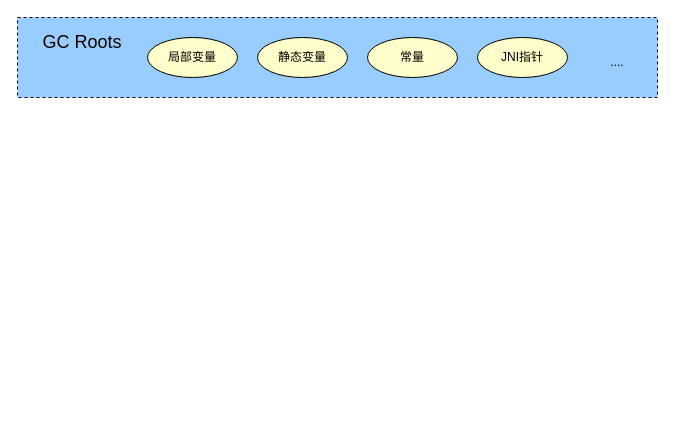
LiHuiBin1995/study-java keeps this draw.io diagram as page "根可达性分析算法" (8 of 8) of jvm/jvm内存模型.drawio. Above is the earlier version. Source tidied: cells renumbered, new cells numbered last; positions are measured from the earlier drawing's top-left corner, leaving out a move shared by most shapes. Both pictures are drawn from the tidied source at 100%, with x=0, y=0 at pixel (17, 17).
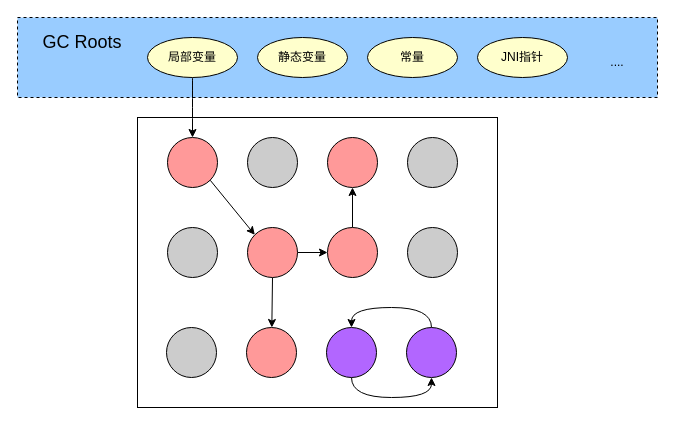
Above is the later version.

Commit message:
更新jvm内存模型.drawio

Unchanged cells that the change refers to:
```xml
<mxCell id="4" value="局部变量" style="ellipse;whiteSpace=wrap;html=1;fontSize=12;fontColor=#000000;strokeColor=#000000;fillColor=#FFFFCC;" parent="1" vertex="1">
  <mxGeometry x="130" y="20" width="90" height="40" as="geometry" />
</mxCell>
```

What changed in the source:
```diff
@@
+    <mxCell id="9" style="rounded=0;whiteSpace=wrap;html=1;fontSize=12;fontColor=#000000;strokeColor=#000000;fillColor=#FFFFFF;" parent="1" vertex="1">
+      <mxGeometry x="120" y="100" width="360" height="290" as="geometry" />
+    </mxCell>
@@
+    <mxCell id="10" style="edgeStyle=orthogonalEdgeStyle;curved=1;rounded=0;jettySize=auto;html=1;exitX=0.5;exitY=1;exitDx=0;exitDy=0;entryX=0.5;entryY=0;entryDx=0;entryDy=0;fontSize=12;fontColor=#000000;endArrow=classic;endFill=1;strokeColor=#000000;strokeWidth=1;fillColor=#007FFF;" parent="1" edge="1" source="4" target="12">
+      <mxGeometry relative="1" as="geometry" />
+    </mxCell>
@@
+    <mxCell id="11" style="edgeStyle=none;rounded=0;jettySize=auto;html=1;exitX=1;exitY=1;exitDx=0;exitDy=0;entryX=0;entryY=0;entryDx=0;entryDy=0;fontSize=12;fontColor=#000000;endArrow=classic;endFill=1;strokeColor=#000000;strokeWidth=1;fillColor=#007FFF;" parent="1" edge="1" source="12" target="20">
+      <mxGeometry relative="1" as="geometry" />
+    </mxCell>
+    <mxCell id="12" style="ellipse;whiteSpace=wrap;html=1;fontSize=12;fontColor=#000000;strokeColor=#000000;fillColor=#FF9999;" parent="1" vertex="1">
+      <mxGeometry x="150" y="120" width="50" height="50" as="geometry" />
+    </mxCell>
+    <mxCell id="13" style="ellipse;whiteSpace=wrap;html=1;fontSize=12;fontColor=#000000;strokeColor=#000000;fillColor=#CCCCCC;" parent="1" vertex="1">
+      <mxGeometry x="230" y="120" width="50" height="50" as="geometry" />
+    </mxCell>
+    <mxCell id="14" style="ellipse;whiteSpace=wrap;html=1;fontSize=12;fontColor=#000000;strokeColor=#000000;fillColor=#FF9999;" parent="1" vertex="1">
+      <mxGeometry x="310" y="120" width="50" height="50" as="geometry" />
+    </mxCell>
+    <mxCell id="15" style="ellipse;whiteSpace=wrap;html=1;fontSize=12;fontColor=#000000;strokeColor=#000000;fillColor=#CCCCCC;" parent="1" vertex="1">
+      <mxGeometry x="390" y="120" width="50" height="50" as="geometry" />
+    </mxCell>
+    <mxCell id="16" style="ellipse;whiteSpace=wrap;html=1;fontSize=12;fontColor=#000000;strokeColor=#000000;fillColor=#CCCCCC;" parent="1" vertex="1">
+      <mxGeometry x="150" y="210" width="50" height="50" as="geometry" />
+    </mxCell>
+    <mxCell id="17" style="ellipse;whiteSpace=wrap;html=1;fontSize=12;fontColor=#000000;strokeColor=#000000;fillColor=#CCCCCC;" parent="1" vertex="1">
+      <mxGeometry x="149" y="310" width="50" height="50" as="geometry" />
+    </mxCell>
+    <mxCell id="18" style="edgeStyle=none;rounded=0;jettySize=auto;html=1;exitX=1;exitY=0.5;exitDx=0;exitDy=0;fontSize=12;fontColor=#000000;endArrow=classic;endFill=1;strokeColor=#000000;strokeWidth=1;fillColor=#007FFF;" parent="1" edge="1" source="20" target="23">
+      <mxGeometry relative="1" as="geometry" />
+    </mxCell>
+    <mxCell id="19" style="edgeStyle=none;rounded=0;jettySize=auto;html=1;exitX=0.5;exitY=1;exitDx=0;exitDy=0;fontSize=12;fontColor=#000000;endArrow=classic;endFill=1;strokeColor=#000000;strokeWidth=1;fillColor=#007FFF;" parent="1" edge="1" source="20" target="21">
+      <mxGeometry relative="1" as="geometry" />
+    </mxCell>
+    <mxCell id="20" style="ellipse;whiteSpace=wrap;html=1;fontSize=12;fontColor=#000000;strokeColor=#000000;fillColor=#FF9999;" parent="1" vertex="1">
+      <mxGeometry x="230" y="210" width="50" height="50" as="geometry" />
+    </mxCell>
+    <mxCell id="21" style="ellipse;whiteSpace=wrap;html=1;fontSize=12;fontColor=#000000;strokeColor=#000000;fillColor=#FF9999;" parent="1" vertex="1">
+      <mxGeometry x="229" y="310" width="50" height="50" as="geometry" />
+    </mxCell>
+    <mxCell id="22" style="edgeStyle=none;rounded=0;jettySize=auto;html=1;exitX=0.5;exitY=0;exitDx=0;exitDy=0;fontSize=12;fontColor=#000000;endArrow=classic;endFill=1;strokeColor=#000000;strokeWidth=1;fillColor=#007FFF;" parent="1" edge="1" source="23" target="14">
+      <mxGeometry relative="1" as="geometry" />
+    </mxCell>
+    <mxCell id="23" style="ellipse;whiteSpace=wrap;html=1;fontSize=12;fontColor=#000000;strokeColor=#000000;fillColor=#FF9999;" parent="1" vertex="1">
+      <mxGeometry x="310" y="210" width="50" height="50" as="geometry" />
+    </mxCell>
+    <mxCell id="24" style="ellipse;whiteSpace=wrap;html=1;fontSize=12;fontColor=#000000;strokeColor=#000000;fillColor=#CCCCCC;" parent="1" vertex="1">
+      <mxGeometry x="390" y="210" width="50" height="50" as="geometry" />
+    </mxCell>
+    <mxCell id="25" style="edgeStyle=orthogonalEdgeStyle;curved=1;rounded=0;jettySize=auto;html=1;exitX=0.5;exitY=1;exitDx=0;exitDy=0;entryX=0.5;entryY=1;entryDx=0;entryDy=0;fontSize=12;fontColor=#000000;endArrow=classic;endFill=1;strokeColor=#000000;strokeWidth=1;fillColor=#007FFF;" parent="1" edge="1" source="26" target="28">
+      <mxGeometry relative="1" as="geometry" />
+    </mxCell>
+    <mxCell id="26" style="ellipse;whiteSpace=wrap;html=1;fontSize=12;fontColor=#000000;strokeColor=#000000;fillColor=#B266FF;" parent="1" vertex="1">
+      <mxGeometry x="309" y="310" width="50" height="50" as="geometry" />
+    </mxCell>
+    <mxCell id="27" style="edgeStyle=orthogonalEdgeStyle;rounded=0;jettySize=auto;html=1;exitX=0.5;exitY=0;exitDx=0;exitDy=0;entryX=0.5;entryY=0;entryDx=0;entryDy=0;fontSize=12;fontColor=#000000;endArrow=classic;endFill=1;strokeColor=#000000;strokeWidth=1;fillColor=#007FFF;curved=1;" parent="1" edge="1" source="28" target="26">
+      <mxGeometry relative="1" as="geometry" />
+    </mxCell>
+    <mxCell id="28" style="ellipse;whiteSpace=wrap;html=1;fontSize=12;fontColor=#000000;strokeColor=#000000;fillColor=#B266FF;" parent="1" vertex="1">
+      <mxGeometry x="389" y="310" width="50" height="50" as="geometry" />
+    </mxCell>
```
